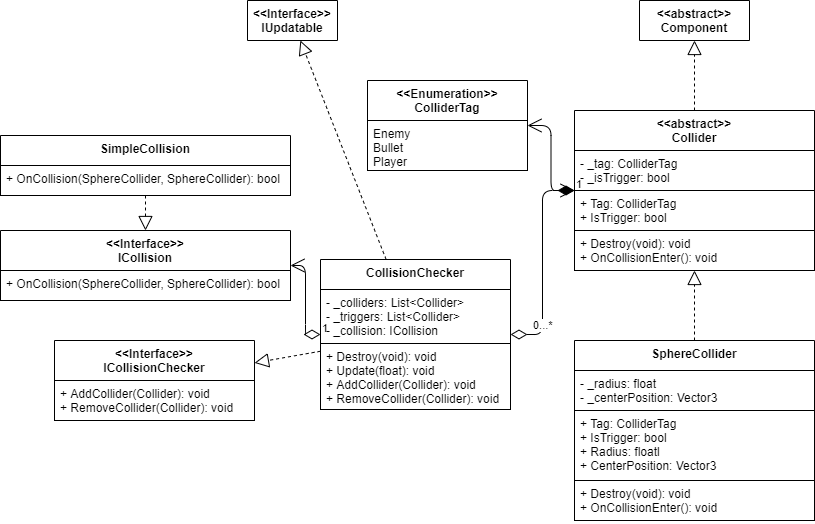
Kkamikadzee/Asteroids keeps this draw.io diagram as Other/Diagrams/Model/Model-Collision.png. Above is the earlier version. Source tidied: cells renumbered, new cells last; positions are measured from the earlier drawing's top-left corner, leaving out a move shared by most shapes.
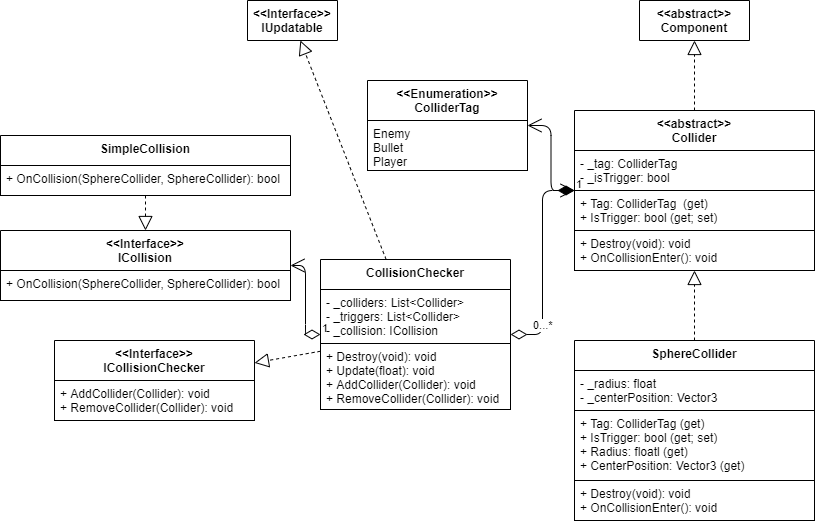
Above is the later version.

The edit, as a diff of the source:
```diff
@@ -38,7 +38,7 @@
     <mxCell id="13" value="- _tag: ColliderTag&#10;- _isTrigger: bool" style="text;fillColor=none;align=left;verticalAlign=top;spacingLeft=4;spacingRight=4;overflow=hidden;strokeColor=#000000;" parent="12" vertex="1">
       <mxGeometry y="40" width="240" height="40" as="geometry" />
     </mxCell>
-    <mxCell id="14" value="+ Tag: ColliderTag&#10;+ IsTrigger: bool" style="text;fillColor=none;align=left;verticalAlign=top;spacingLeft=4;spacingRight=4;overflow=hidden;strokeColor=#000000;" parent="12" vertex="1">
+    <mxCell id="14" value="+ Tag: ColliderTag  (get)&#10;+ IsTrigger: bool (get; set)" style="text;fillColor=none;align=left;verticalAlign=top;spacingLeft=4;spacingRight=4;overflow=hidden;strokeColor=#000000;" parent="12" vertex="1">
       <mxGeometry y="80" width="240" height="40" as="geometry" />
     </mxCell>
     <mxCell id="15" value="+ Destroy(void): void&#10;+ OnCollisionEnter(): void" style="text;fillColor=none;align=left;verticalAlign=top;spacingLeft=4;spacingRight=4;overflow=hidden;strokeColor=#000000;" parent="12" vertex="1">
@@ -50,7 +50,7 @@
     <mxCell id="17" value="- _radius: float&#10;- _centerPosition: Vector3&#10;" style="text;fillColor=none;align=left;verticalAlign=top;spacingLeft=4;spacingRight=4;overflow=hidden;strokeColor=#000000;" parent="16" vertex="1">
       <mxGeometry y="30" width="240" height="40" as="geometry" />
     </mxCell>
-    <mxCell id="18" value="+ Tag: ColliderTag&#10;+ IsTrigger: bool&#10;+ Radius: floatl&#10;+ CenterPosition: Vector3" style="text;fillColor=none;align=left;verticalAlign=top;spacingLeft=4;spacingRight=4;overflow=hidden;strokeColor=#000000;" parent="16" vertex="1">
+    <mxCell id="18" value="+ Tag: ColliderTag (get)&#10;+ IsTrigger: bool (get; set)&#10;+ Radius: floatl (get)&#10;+ CenterPosition: Vector3 (get)" style="text;fillColor=none;align=left;verticalAlign=top;spacingLeft=4;spacingRight=4;overflow=hidden;strokeColor=#000000;" parent="16" vertex="1">
       <mxGeometry y="70" width="240" height="70" as="geometry" />
     </mxCell>
     <mxCell id="19" value="+ Destroy(void): void&#10;+ OnCollisionEnter(): void" style="text;fillColor=none;align=left;verticalAlign=top;spacingLeft=4;spacingRight=4;overflow=hidden;strokeColor=#000000;" parent="16" vertex="1">
```
